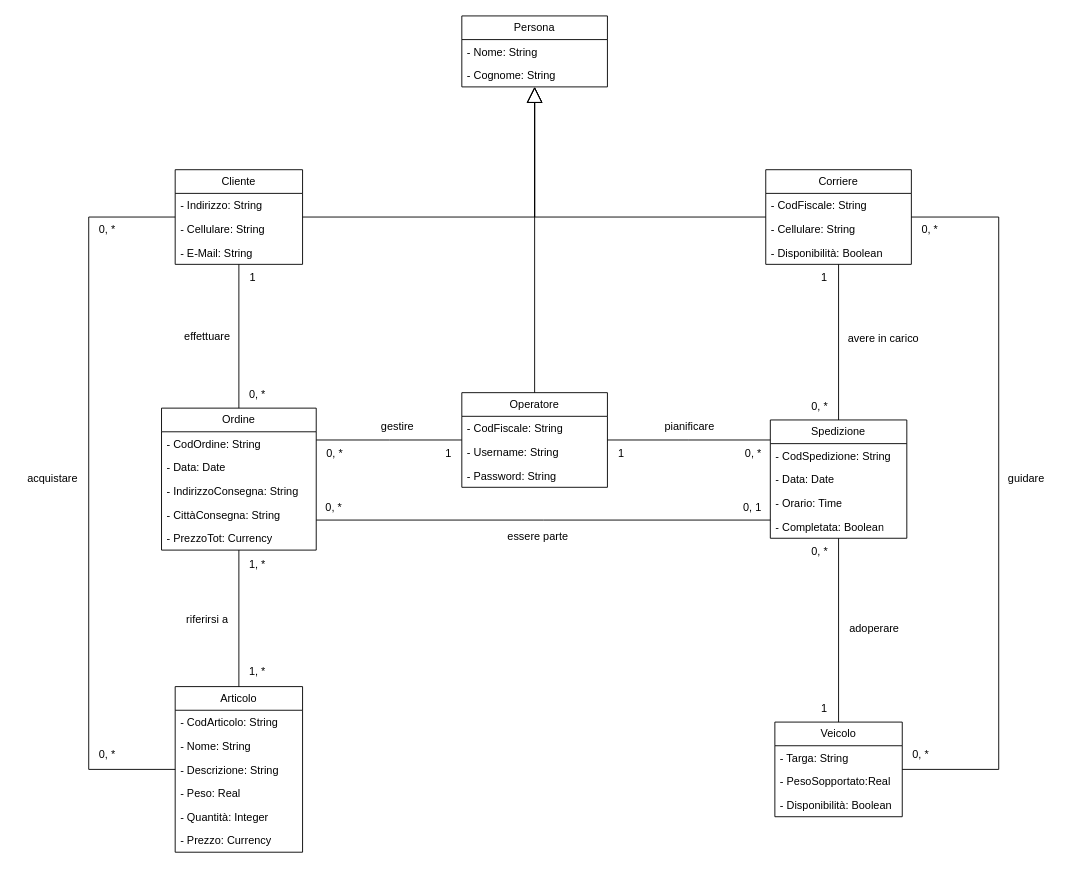
Before: Basi di dati/ClassDiagram_UML.drawio in Gianluca-F/OOBD_Project, a draw.io diagram. Source tidied: cells renumbered, new cells numbered last; positions are measured from the earlier drawing's top-left corner, leaving out a move shared by most shapes. Both pictures are drawn from the tidied source at 91%, with x=0, y=0 at pixel (15, 15).
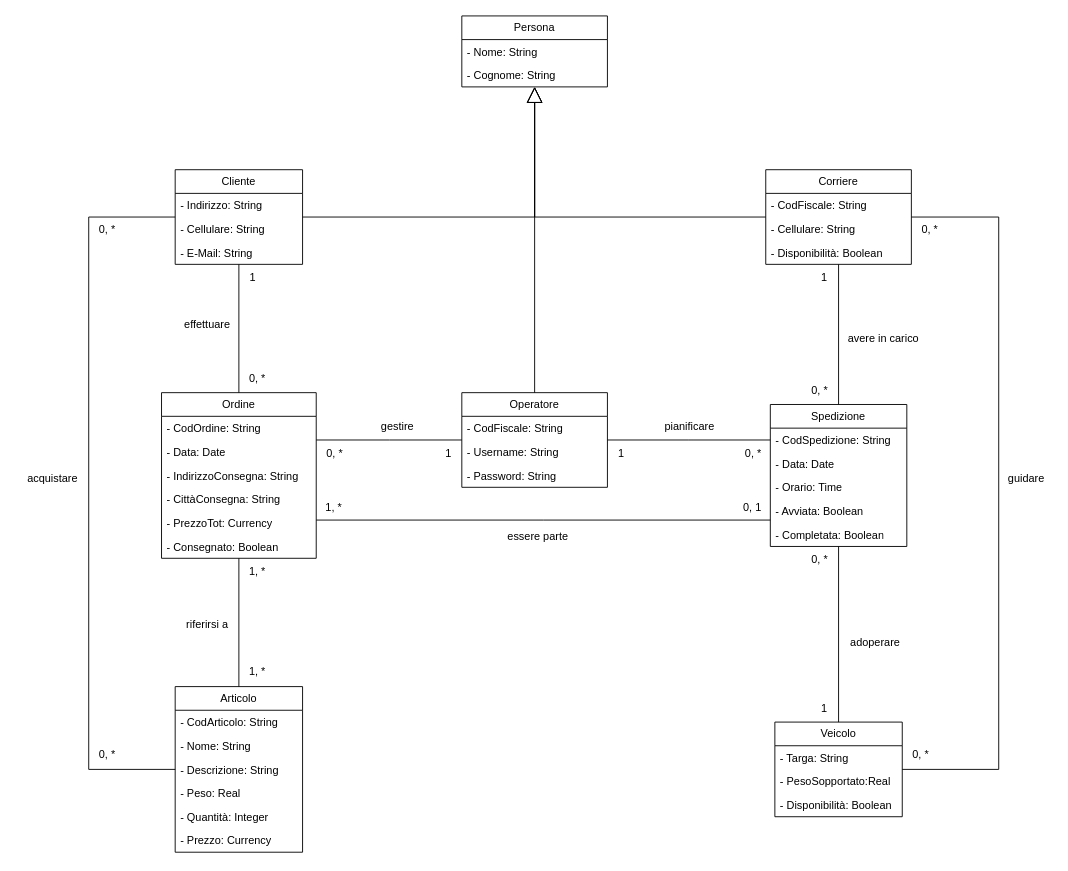
The same page after the edit.

Diff of the diagram source:
```diff
@@
     <mxCell id="18" value="Ordine" style="swimlane;fontStyle=0;horizontal=1;startSize=26;fillColor=none;whiteSpace=wrap;html=1;" parent="1" vertex="1">
-      <mxGeometry x="160" y="431" width="170" height="156" as="geometry" />
+      <mxGeometry x="160" y="414" width="170" height="182" as="geometry" />
     </mxCell>
@@
+    <mxCell id="78" value="- Consegnato: Boolean" style="text;strokeColor=none;fillColor=none;align=left;verticalAlign=top;spacingLeft=4;spacingRight=4;overflow=hidden;whiteSpace=wrap;html=1;" parent="18" vertex="1">
+      <mxGeometry y="156" width="170" height="26" as="geometry" />
+    </mxCell>
@@
     <mxCell id="29" value="effettuare" style="text;html=1;align=center;verticalAlign=middle;strokeColor=none;fillColor=none;" parent="1" vertex="1">
-      <mxGeometry x="175" y="338" width="70" height="30" as="geometry" />
+      <mxGeometry x="175" y="324" width="70" height="30" as="geometry" />
     </mxCell>
     <mxCell id="30" value="0, *" style="text;html=1;align=center;verticalAlign=middle;strokeColor=none;fillColor=none;" parent="1" vertex="1">
-      <mxGeometry x="245" y="401" width="40" height="30" as="geometry" />
+      <mxGeometry x="245" y="384" width="40" height="30" as="geometry" />
     </mxCell>
@@
     <mxCell id="32" value="riferirsi a" style="text;html=1;align=center;verticalAlign=middle;strokeColor=none;fillColor=none;" parent="1" vertex="1">
-      <mxGeometry x="175" y="649" width="70" height="30" as="geometry" />
+      <mxGeometry x="175" y="654" width="70" height="30" as="geometry" />
     </mxCell>
@@
     <mxCell id="34" value="1, *" style="text;html=1;align=center;verticalAlign=middle;strokeColor=none;fillColor=none;" parent="1" vertex="1">
-      <mxGeometry x="245" y="588" width="40" height="30" as="geometry" />
+      <mxGeometry x="245" y="596" width="40" height="30" as="geometry" />
     </mxCell>
@@
     <mxCell id="36" value="0, *" style="text;html=1;align=center;verticalAlign=middle;strokeColor=none;fillColor=none;" parent="1" vertex="1">
-      <mxGeometry x="863" y="414" width="40" height="30" as="geometry" />
+      <mxGeometry x="863" y="397" width="40" height="30" as="geometry" />
     </mxCell>
@@
     <mxCell id="38" value="Spedizione" style="swimlane;fontStyle=0;horizontal=1;startSize=26;fillColor=none;whiteSpace=wrap;html=1;" parent="1" vertex="1">
-      <mxGeometry x="829" y="444" width="150" height="130" as="geometry" />
+      <mxGeometry x="829" y="427" width="150" height="156" as="geometry" />
     </mxCell>
@@
+    <mxCell id="79" value="- Avviata: Boolean" style="text;strokeColor=none;fillColor=none;align=left;verticalAlign=top;spacingLeft=4;spacingRight=4;overflow=hidden;whiteSpace=wrap;html=1;" parent="38" vertex="1">
+      <mxGeometry y="104" width="150" height="26" as="geometry" />
+    </mxCell>
     <mxCell id="42" value="- Completata: Boolean" style="text;strokeColor=none;fillColor=none;align=left;verticalAlign=top;spacingLeft=4;spacingRight=4;overflow=hidden;whiteSpace=wrap;html=1;" parent="38" vertex="1">
-      <mxGeometry y="104" width="150" height="26" as="geometry" />
+      <mxGeometry y="130" width="150" height="26" as="geometry" />
     </mxCell>
@@
     <mxCell id="66" value="adoperare" style="text;html=1;align=center;verticalAlign=middle;strokeColor=none;fillColor=none;" parent="1" vertex="1">
-      <mxGeometry x="903" y="659" width="80" height="30" as="geometry" />
+      <mxGeometry x="904" y="674" width="80" height="30" as="geometry" />
     </mxCell>
@@
     <mxCell id="68" value="0, *" style="text;html=1;align=center;verticalAlign=middle;strokeColor=none;fillColor=none;" parent="1" vertex="1">
-      <mxGeometry x="863" y="574" width="40" height="30" as="geometry" />
+      <mxGeometry x="863" y="583" width="40" height="30" as="geometry" />
     </mxCell>
@@
-    <mxCell id="76" value="0, *" style="text;html=1;align=center;verticalAlign=middle;strokeColor=none;fillColor=none;" parent="1" vertex="1">
+    <mxCell id="76" value="1, *" style="text;html=1;align=center;verticalAlign=middle;strokeColor=none;fillColor=none;" parent="1" vertex="1">
       <mxGeometry x="329" y="526" width="40" height="30" as="geometry" />
     </mxCell>
```
